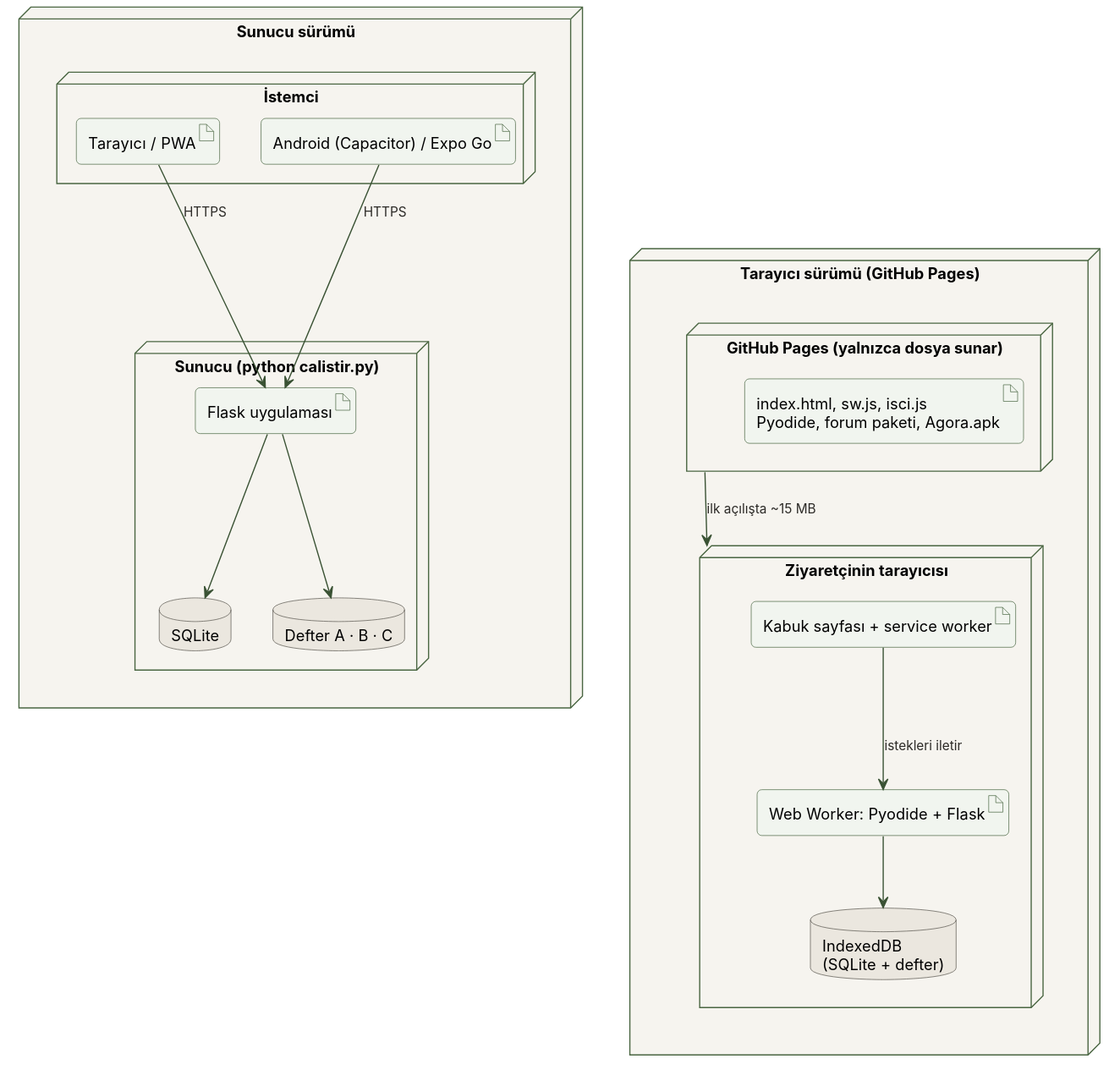
Earlier version of the PlantUML export docs/rapor/sekiller/s11_dagitim.svg (Baki-B/YZM327-Odevler). Its diagram source:
```plantuml
@startuml
!include ../../uml/_stil.iuml
skinparam NodeBorderColor #4A6642
skinparam NodeBackgroundColor #F6F4EF
skinparam ArtifactBackgroundColor #F1F5EF
skinparam ArtifactBorderColor #4A6642

node "Sunucu sürümü" as SS {
  node "Sunucu (python calistir.py)" {
    artifact "Flask uygulaması" as F1
    database "SQLite" as DB1
    database "Defter A · B · C" as DF1
  }
  node "İstemci" as I1 {
    artifact "Tarayıcı / PWA" as T1
    artifact "Android (Capacitor) / Expo Go" as A1
  }
}

node "Tarayıcı sürümü (GitHub Pages)" as TS {
  node "GitHub Pages (yalnızca dosya sunar)" as GP {
    artifact "index.html, sw.js, isci.js\nPyodide, forum paketi, Agora.apk" as DOS
  }
  node "Ziyaretçinin tarayıcısı" as ZT {
    artifact "Kabuk sayfası + service worker" as K2
    artifact "Web Worker: Pyodide + Flask" as P2
    database "IndexedDB\n(SQLite + defter)" as IDB
  }
}

T1 --> F1 : HTTPS
A1 --> F1 : HTTPS
F1 --> DB1
F1 --> DF1
GP --> ZT : ilk açılışta ~15 MB
K2 --> P2 : istekleri iletir
P2 --> IDB
SS -[hidden]down- TS
@enduml
```
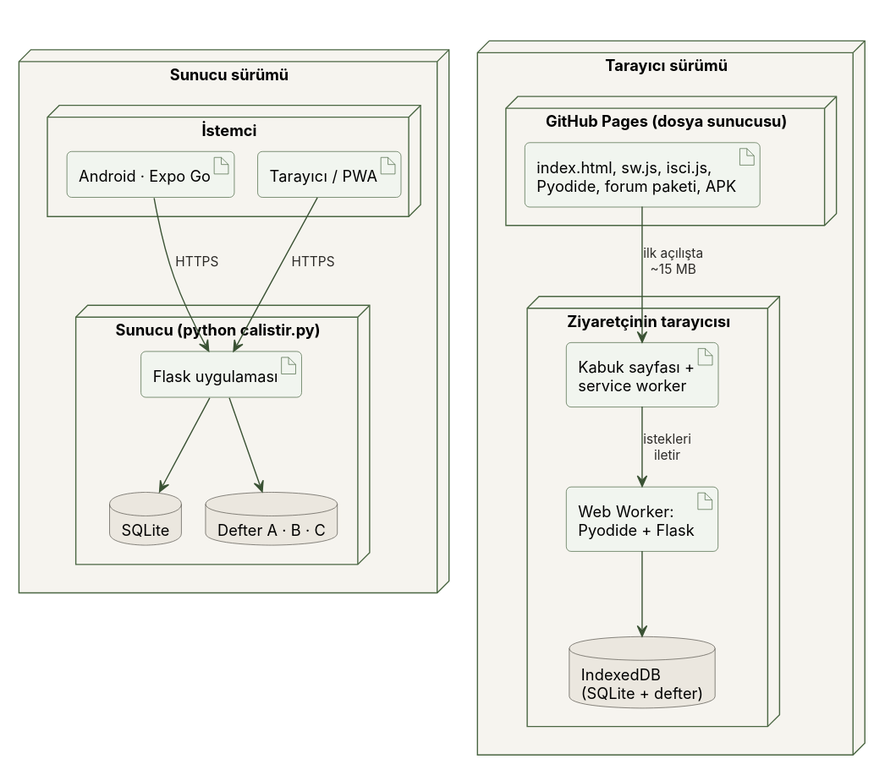
The same diagram one commit later.

Change to the diagram source:
```diff
@@ -4,26 +4,28 @@
 skinparam NodeBackgroundColor #F6F4EF
 skinparam ArtifactBackgroundColor #F1F5EF
 skinparam ArtifactBorderColor #4A6642
+skinparam ranksep 40
+skinparam nodesep 20
 
 node "Sunucu sürümü" as SS {
-  node "Sunucu (python calistir.py)" {
+  node "İstemci" as I1 {
+    artifact "Tarayıcı / PWA" as T1
+    artifact "Android · Expo Go" as A1
+  }
+  node "Sunucu (python calistir.py)" as S1 {
     artifact "Flask uygulaması" as F1
     database "SQLite" as DB1
     database "Defter A · B · C" as DF1
   }
-  node "İstemci" as I1 {
-    artifact "Tarayıcı / PWA" as T1
-    artifact "Android (Capacitor) / Expo Go" as A1
-  }
 }
 
-node "Tarayıcı sürümü (GitHub Pages)" as TS {
-  node "GitHub Pages (yalnızca dosya sunar)" as GP {
-    artifact "index.html, sw.js, isci.js\nPyodide, forum paketi, Agora.apk" as DOS
+node "Tarayıcı sürümü" as TS {
+  node "GitHub Pages (dosya sunucusu)" as GP {
+    artifact "index.html, sw.js, isci.js,\nPyodide, forum paketi, APK" as DOS
   }
   node "Ziyaretçinin tarayıcısı" as ZT {
-    artifact "Kabuk sayfası + service worker" as K2
-    artifact "Web Worker: Pyodide + Flask" as P2
+    artifact "Kabuk sayfası +\nservice worker" as K2
+    artifact "Web Worker:\nPyodide + Flask" as P2
     database "IndexedDB\n(SQLite + defter)" as IDB
   }
 }
@@ -32,8 +34,8 @@
 A1 --> F1 : HTTPS
 F1 --> DB1
 F1 --> DF1
-GP --> ZT : ilk açılışta ~15 MB
-K2 --> P2 : istekleri iletir
+DOS --> K2 : ilk açılışta\n~15 MB
+K2 --> P2 : istekleri\niletir
 P2 --> IDB
-SS -[hidden]down- TS
+A1 -[hidden]right- DOS
 @enduml
```
